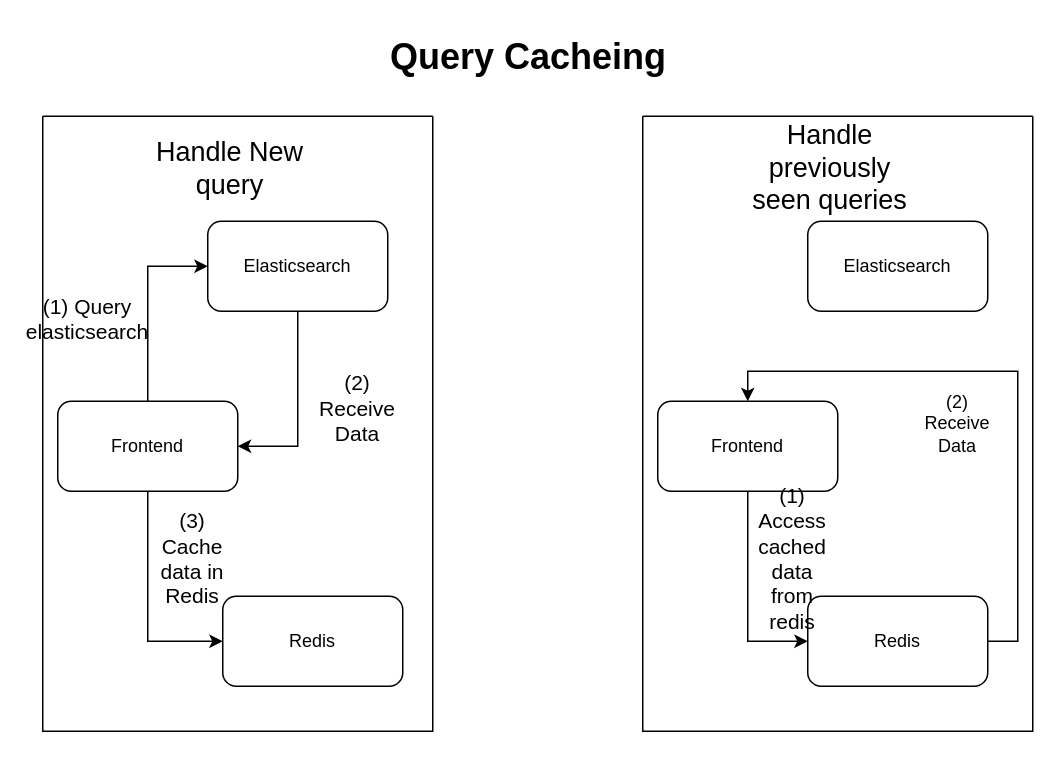
Before: diagrams/redis-cacheing.drawio in aNameNobodyChose/Ennetix-resume, a draw.io diagram. Source tidied: cells renumbered, new cells numbered last; positions are measured from the earlier drawing's top-left corner, leaving out a move shared by most shapes. Both pictures are drawn from the tidied source at 150%, with x=0, y=0 at pixel (42, 26).
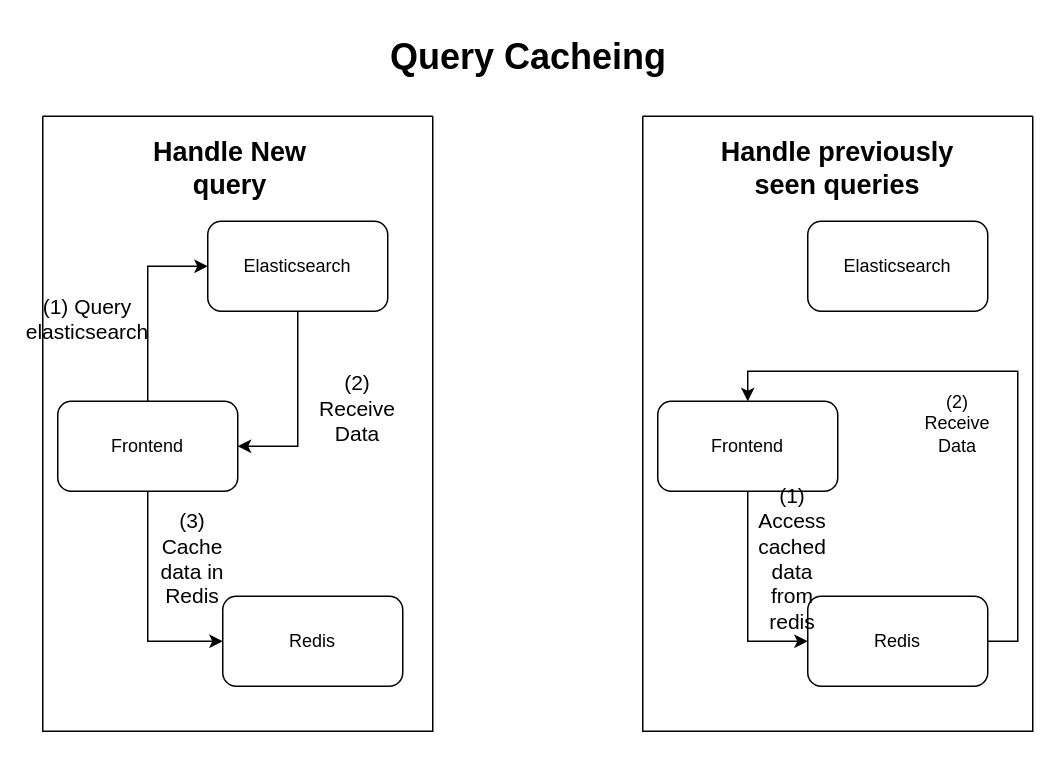
The same diagram, later.

Unchanged cells that the change refers to:
```xml
<mxCell id="2" style="swimlane;startSize=0;" parent="1" vertex="1">
  <mxGeometry y="60" width="260" height="410" as="geometry" />
</mxCell>
<mxCell id="14" style="swimlane;startSize=0;" parent="1" vertex="1">
  <mxGeometry x="400" y="60" width="260" height="410" as="geometry" />
</mxCell>
```

Diff of the diagram source:
```diff
@@
-    <mxCell id="3" value="&lt;font style=&quot;font-size: 18px;&quot;&gt;Handle New query&lt;/font&gt;" style="text;html=1;align=center;verticalAlign=middle;whiteSpace=wrap;rounded=0;" parent="2" vertex="1">
+    <mxCell id="3" value="&lt;font style=&quot;font-size: 18px;&quot;&gt;&lt;b&gt;Handle New query&lt;/b&gt;&lt;/font&gt;" style="text;html=1;align=center;verticalAlign=middle;whiteSpace=wrap;rounded=0;" parent="2" vertex="1">
       <mxGeometry x="70" y="20" width="110" height="30" as="geometry" />
     </mxCell>
@@
-    <mxCell id="15" value="&lt;font style=&quot;font-size: 18px;&quot;&gt;Handle previously seen queries&lt;/font&gt;" style="text;html=1;align=center;verticalAlign=middle;whiteSpace=wrap;rounded=0;" parent="14" vertex="1">
-      <mxGeometry x="70" y="20" width="110" height="30" as="geometry" />
+    <mxCell id="15" value="&lt;font style=&quot;font-size: 18px;&quot;&gt;&lt;b&gt;Handle previously seen queries&lt;/b&gt;&lt;/font&gt;" style="text;html=1;align=center;verticalAlign=middle;whiteSpace=wrap;rounded=0;" parent="14" vertex="1">
+      <mxGeometry x="50" y="20" width="160" height="30" as="geometry" />
     </mxCell>
```
